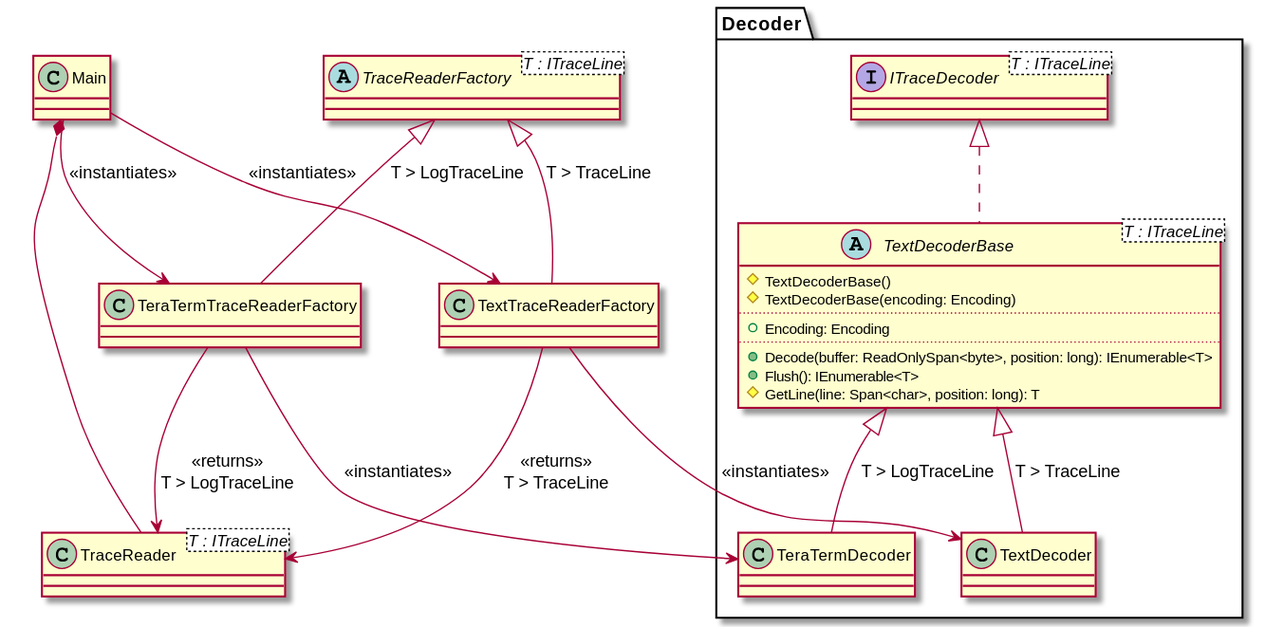
Earlier version of the PlantUML export docs/out/diagrams/TextDecoder/TextDecoder.svg (jcurl/RJCP.DLL.Log).
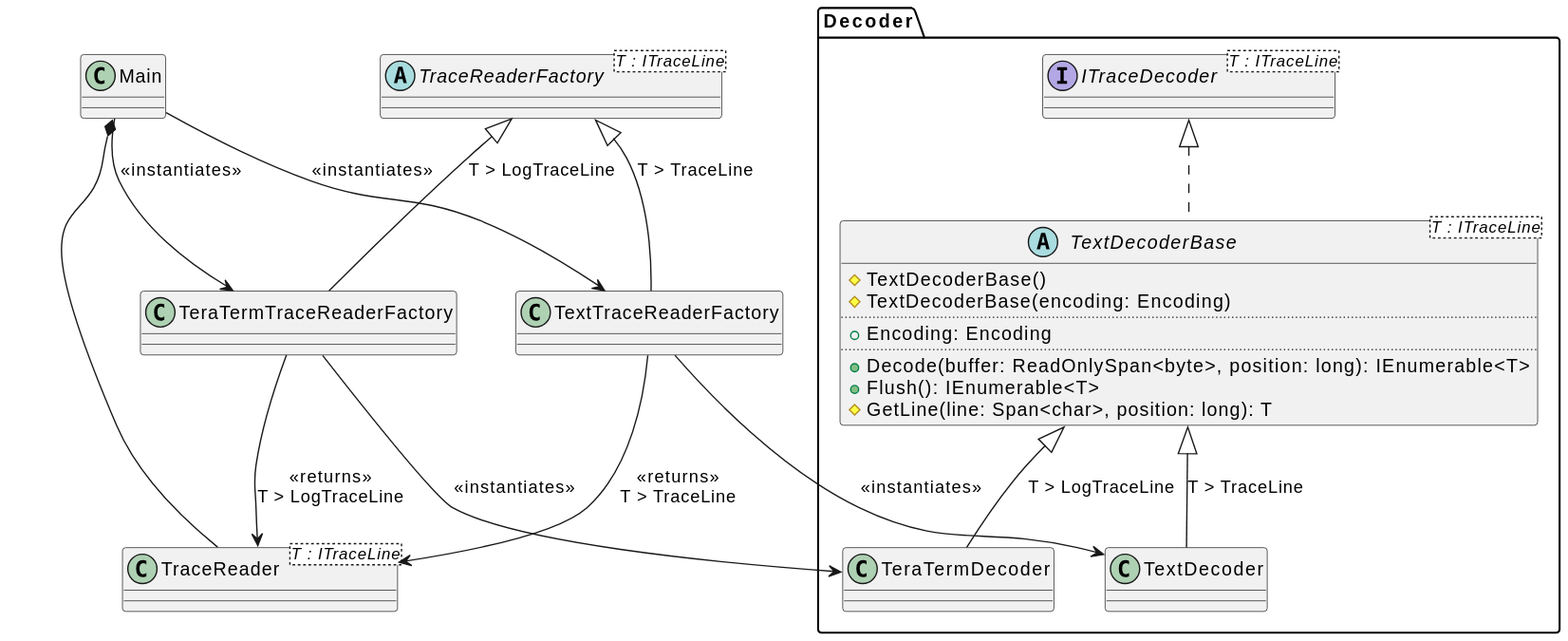
The same diagram one commit later.

The edit, as a diff of the source:
```diff
@@ -1,4 +1,4 @@
-@startuml TextDecoder
+@startuml
 class Main
 
 namespace Decoder {
```
